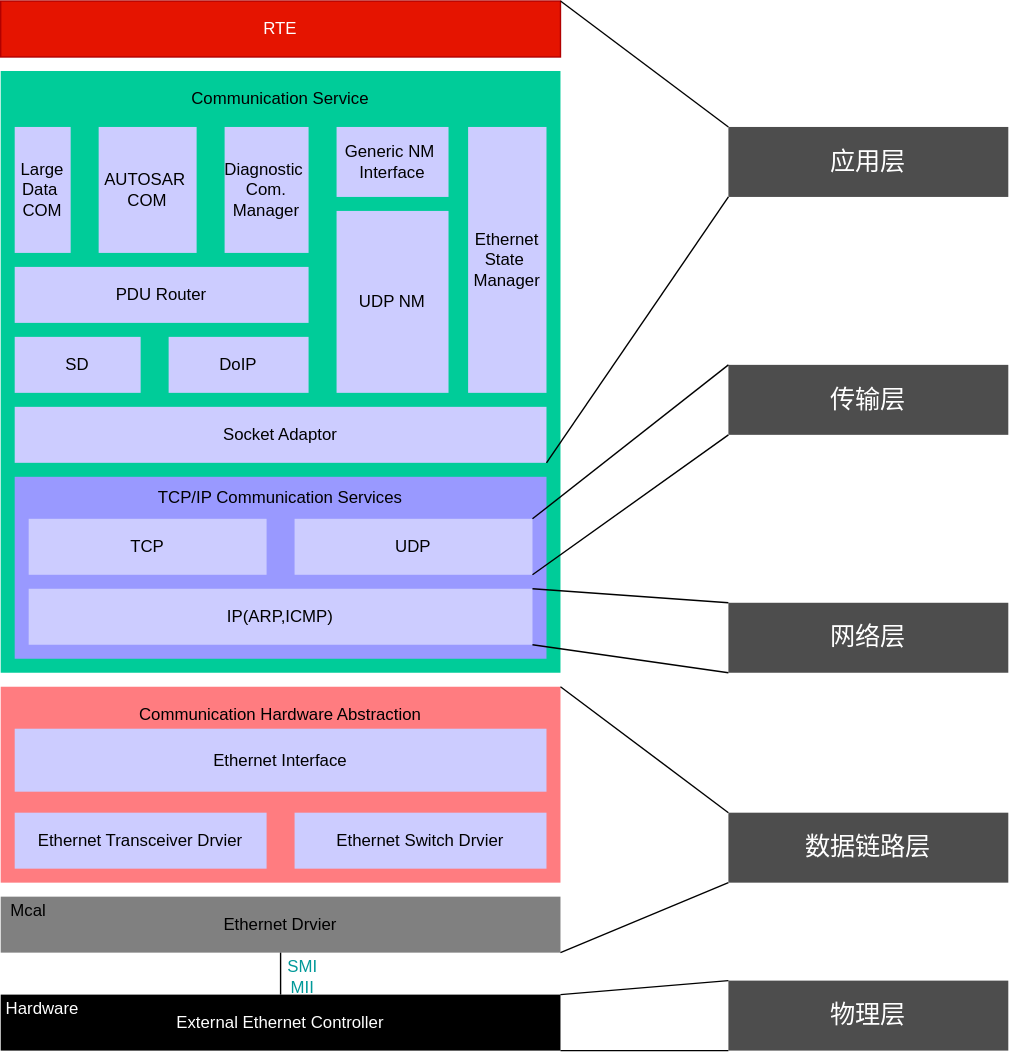
Above: docs/ETH/layer.svg in hanojiang/BlogCP (draw.io), before the change. Source tidied: cells renumbered, new cells last; positions are measured from the earlier drawing's top-left corner, leaving out a move shared by most shapes. The source it was exported from:
```xml
<mxGraphModel>
  <root>
    <mxCell id="0" />
    <mxCell id="1" parent="0" />
    <mxCell id="2" style="group;" parent="1" vertex="1">
      <mxGeometry width="400" height="750" as="geometry" />
    </mxCell>
    <mxCell id="3" style="rounded=0;whiteSpace=wrap;html=1;fillColor=#FF7C80;strokeColor=none;" parent="2" vertex="1">
      <mxGeometry y="490" width="400" height="140" as="geometry" />
    </mxCell>
    <mxCell id="4" value="&lt;span&gt;&lt;font color=&quot;#000000&quot;&gt;Ethernet Drvier&lt;/font&gt;&lt;/span&gt;" style="rounded=0;whiteSpace=wrap;html=1;fontColor=#ffffff;fillColor=#808080;strokeColor=none;" parent="2" vertex="1">
      <mxGeometry y="640" width="400" height="40" as="geometry" />
    </mxCell>
    <mxCell id="5" value="&lt;font color=&quot;#000000&quot;&gt;Mcal&lt;/font&gt;" style="text;html=1;strokeColor=none;fillColor=none;align=center;verticalAlign=middle;whiteSpace=wrap;rounded=0;" parent="2" vertex="1">
      <mxGeometry y="640" width="40" height="20" as="geometry" />
    </mxCell>
    <mxCell id="6" value="&lt;font color=&quot;#ffffff&quot;&gt;External Ethernet Controller&lt;/font&gt;" style="rounded=0;whiteSpace=wrap;html=1;fillColor=#000000;strokeColor=none;" parent="2" vertex="1">
      <mxGeometry y="710" width="400" height="40" as="geometry" />
    </mxCell>
    <mxCell id="7" style="edgeStyle=orthogonalEdgeStyle;rounded=0;jettySize=auto;html=1;exitX=0.5;exitY=1;exitDx=0;exitDy=0;entryX=0.5;entryY=0;entryDx=0;entryDy=0;endArrow=none;endFill=0;" parent="2" edge="1" source="4" target="6">
      <mxGeometry relative="1" as="geometry" />
    </mxCell>
    <mxCell id="8" value="&lt;font color=&quot;#ffffff&quot;&gt;Hardware&lt;/font&gt;" style="text;html=1;strokeColor=none;fillColor=none;align=center;verticalAlign=middle;whiteSpace=wrap;rounded=0;" parent="2" vertex="1">
      <mxGeometry x="10" y="710" width="40" height="20" as="geometry" />
    </mxCell>
    <mxCell id="9" value="&lt;font color=&quot;#009999&quot;&gt;SMI MII&lt;/font&gt;" style="text;html=1;strokeColor=none;fillColor=none;align=center;verticalAlign=middle;whiteSpace=wrap;rounded=0;" parent="2" vertex="1">
      <mxGeometry x="196" y="687" width="40" height="20" as="geometry" />
    </mxCell>
    <mxCell id="10" style="rounded=0;whiteSpace=wrap;html=1;fillColor=#00CC99;strokeColor=none;" parent="2" vertex="1">
      <mxGeometry y="50" width="400" height="430" as="geometry" />
    </mxCell>
    <mxCell id="11" value="Communication Hardware Abstraction" style="text;html=1;strokeColor=none;fillColor=none;align=center;verticalAlign=middle;whiteSpace=wrap;rounded=0;fontColor=#000000;" parent="2" vertex="1">
      <mxGeometry x="85" y="500" width="230" height="20" as="geometry" />
    </mxCell>
    <mxCell id="12" value="Communication Service" style="text;html=1;strokeColor=none;fillColor=none;align=center;verticalAlign=middle;whiteSpace=wrap;rounded=0;" parent="2" vertex="1">
      <mxGeometry x="115" y="60" width="170" height="20" as="geometry" />
    </mxCell>
    <mxCell id="13" style="rounded=0;whiteSpace=wrap;html=1;fillColor=#9999FF;strokeColor=none;" parent="2" vertex="1">
      <mxGeometry x="10" y="340" width="380" height="130" as="geometry" />
    </mxCell>
    <mxCell id="14" value="Socket Adaptor" style="rounded=0;whiteSpace=wrap;html=1;fillColor=#CCCCFF;fontColor=#000000;strokeColor=none;" parent="2" vertex="1">
      <mxGeometry x="10" y="290" width="380" height="40" as="geometry" />
    </mxCell>
    <mxCell id="15" value="PDU Router" style="rounded=0;whiteSpace=wrap;html=1;fillColor=#CCCCFF;fontColor=#000000;strokeColor=none;" parent="2" vertex="1">
      <mxGeometry x="10" y="190" width="210" height="40" as="geometry" />
    </mxCell>
    <mxCell id="16" value="&lt;div&gt;Large Data&amp;nbsp;&lt;/div&gt;&lt;div&gt;COM&lt;/div&gt;" style="rounded=0;whiteSpace=wrap;html=1;fillColor=#CCCCFF;fontColor=#000000;strokeColor=none;" parent="2" vertex="1">
      <mxGeometry x="10" y="90" width="40" height="90" as="geometry" />
    </mxCell>
    <mxCell id="17" value="&lt;div&gt;AUTOSAR&amp;nbsp;&lt;/div&gt;&lt;div&gt;COM&lt;/div&gt;" style="rounded=0;whiteSpace=wrap;html=1;fillColor=#CCCCFF;fontColor=#000000;strokeColor=none;" parent="2" vertex="1">
      <mxGeometry x="70" y="90" width="70" height="90" as="geometry" />
    </mxCell>
    <mxCell id="18" value="&lt;div&gt;Diagnostic&amp;nbsp;&lt;/div&gt;&lt;div&gt;Com. Manager&lt;/div&gt;" style="rounded=0;whiteSpace=wrap;html=1;fillColor=#CCCCFF;fontColor=#000000;strokeColor=none;" parent="2" vertex="1">
      <mxGeometry x="160" y="90" width="60" height="90" as="geometry" />
    </mxCell>
    <mxCell id="19" value="&lt;div&gt;Generic NM&amp;nbsp;&lt;/div&gt;&lt;div&gt;Interface&lt;/div&gt;" style="rounded=0;whiteSpace=wrap;html=1;fillColor=#CCCCFF;fontColor=#000000;strokeColor=none;" parent="2" vertex="1">
      <mxGeometry x="240" y="90" width="80" height="50" as="geometry" />
    </mxCell>
    <mxCell id="20" value="&lt;div&gt;Ethernet&lt;/div&gt;&lt;div&gt;State&amp;nbsp;&lt;/div&gt;&lt;div&gt;Manager&lt;/div&gt;" style="rounded=0;whiteSpace=wrap;html=1;fillColor=#CCCCFF;fontColor=#000000;strokeColor=none;" parent="2" vertex="1">
      <mxGeometry x="334" y="90" width="56" height="190" as="geometry" />
    </mxCell>
    <mxCell id="21" value="SD" style="rounded=0;whiteSpace=wrap;html=1;fillColor=#CCCCFF;fontColor=#000000;strokeColor=none;" parent="2" vertex="1">
      <mxGeometry x="10" y="240" width="90" height="40" as="geometry" />
    </mxCell>
    <mxCell id="22" value="DoIP" style="rounded=0;whiteSpace=wrap;html=1;fillColor=#CCCCFF;fontColor=#000000;strokeColor=none;" parent="2" vertex="1">
      <mxGeometry x="120" y="240" width="100" height="40" as="geometry" />
    </mxCell>
    <mxCell id="23" value="&lt;span&gt;UDP NM&lt;/span&gt;" style="rounded=0;whiteSpace=wrap;html=1;fillColor=#CCCCFF;fontColor=#000000;strokeColor=none;" parent="2" vertex="1">
      <mxGeometry x="240" y="150" width="80" height="130" as="geometry" />
    </mxCell>
    <mxCell id="24" value="RTE" style="rounded=0;whiteSpace=wrap;html=1;fillColor=#e51400;strokeColor=#B20000;fontColor=#ffffff;" parent="2" vertex="1">
      <mxGeometry width="400" height="40" as="geometry" />
    </mxCell>
    <mxCell id="25" value="Ethernet Switch Drvier" style="rounded=0;whiteSpace=wrap;html=1;fillColor=#CCCCFF;fontColor=#000000;strokeColor=none;" parent="2" vertex="1">
      <mxGeometry x="210" y="580" width="180" height="40" as="geometry" />
    </mxCell>
    <mxCell id="26" value="&lt;span&gt;Ethernet Transceiver Drvier&lt;/span&gt;" style="rounded=0;whiteSpace=wrap;html=1;fillColor=#CCCCFF;fontColor=#000000;strokeColor=none;" parent="2" vertex="1">
      <mxGeometry x="10" y="580" width="180" height="40" as="geometry" />
    </mxCell>
    <mxCell id="27" value="&lt;span&gt;Ethernet Interface&lt;/span&gt;" style="rounded=0;whiteSpace=wrap;html=1;fillColor=#CCCCFF;fontColor=#000000;strokeColor=none;" parent="2" vertex="1">
      <mxGeometry x="10" y="520" width="380" height="45" as="geometry" />
    </mxCell>
    <mxCell id="28" value="IP(ARP,ICMP)" style="rounded=0;whiteSpace=wrap;html=1;fillColor=#CCCCFF;fontColor=#000000;strokeColor=none;" parent="2" vertex="1">
      <mxGeometry x="20" y="420" width="360" height="40" as="geometry" />
    </mxCell>
    <mxCell id="29" value="TCP" style="rounded=0;whiteSpace=wrap;html=1;fillColor=#CCCCFF;fontColor=#000000;strokeColor=none;" parent="2" vertex="1">
      <mxGeometry x="20" y="370" width="170" height="40" as="geometry" />
    </mxCell>
    <mxCell id="30" value="UDP" style="rounded=0;whiteSpace=wrap;html=1;fillColor=#CCCCFF;fontColor=#000000;strokeColor=none;" parent="2" vertex="1">
      <mxGeometry x="210" y="370" width="170" height="40" as="geometry" />
    </mxCell>
    <mxCell id="31" value="&lt;br&gt;&lt;br&gt;&lt;span style=&quot;font-family: &amp;#34;helvetica&amp;#34;&quot;&gt;TCP/IP Communication Services&lt;/span&gt;" style="text;html=1;strokeColor=none;fillColor=none;align=center;verticalAlign=middle;whiteSpace=wrap;rounded=0;fontColor=#000000;" parent="2" vertex="1">
      <mxGeometry x="105" y="330" width="190" height="20" as="geometry" />
    </mxCell>
    <mxCell id="32" value="&lt;font style=&quot;font-size: 18px&quot;&gt;应用层&lt;/font&gt;" style="rounded=0;whiteSpace=wrap;html=1;fillColor=#4D4D4D;strokeColor=none;fontColor=#FFFFFF;" parent="1" vertex="1">
      <mxGeometry x="520" y="90" width="200" height="50" as="geometry" />
    </mxCell>
    <mxCell id="33" value="传输层" style="rounded=0;whiteSpace=wrap;html=1;fontSize=18;fillColor=#4D4D4D;strokeColor=none;fontColor=#FFFFFF;" parent="1" vertex="1">
      <mxGeometry x="520" y="260" width="200" height="50" as="geometry" />
    </mxCell>
    <mxCell id="34" value="网络层" style="rounded=0;whiteSpace=wrap;html=1;fontSize=18;fillColor=#4D4D4D;strokeColor=none;fontColor=#FFFFFF;" parent="1" vertex="1">
      <mxGeometry x="520" y="430" width="200" height="50" as="geometry" />
    </mxCell>
    <mxCell id="35" value="数据链路层" style="rounded=0;whiteSpace=wrap;html=1;fontSize=18;fillColor=#4D4D4D;strokeColor=none;fontColor=#FFFFFF;" parent="1" vertex="1">
      <mxGeometry x="520" y="580" width="200" height="50" as="geometry" />
    </mxCell>
    <mxCell id="36" value="物理层" style="rounded=0;whiteSpace=wrap;html=1;fontSize=18;strokeColor=none;fillColor=#4D4D4D;fontColor=#FFFFFF;" parent="1" vertex="1">
      <mxGeometry x="520" y="700" width="200" height="50" as="geometry" />
    </mxCell>
    <mxCell id="37" style="endArrow=none;html=1;fontSize=18;entryX=0;entryY=0;entryDx=0;entryDy=0;exitX=1;exitY=0;exitDx=0;exitDy=0;strokeColor=#000000;" parent="1" edge="1" source="24" target="32">
      <mxGeometry relative="1" as="geometry" />
    </mxCell>
    <mxCell id="38" style="endArrow=none;html=1;fontSize=18;entryX=0;entryY=1;entryDx=0;entryDy=0;exitX=1;exitY=1;exitDx=0;exitDy=0;strokeColor=#000000;" parent="1" edge="1" source="14" target="32">
      <mxGeometry relative="1" as="geometry" />
    </mxCell>
    <mxCell id="39" style="endArrow=none;html=1;fontSize=18;entryX=0;entryY=0;entryDx=0;entryDy=0;exitX=1;exitY=0;exitDx=0;exitDy=0;strokeColor=#000000;" parent="1" edge="1" source="30" target="33">
      <mxGeometry relative="1" as="geometry" />
    </mxCell>
    <mxCell id="40" style="endArrow=none;html=1;fontSize=18;exitX=0;exitY=1;exitDx=0;exitDy=0;entryX=1;entryY=1;entryDx=0;entryDy=0;strokeColor=#000000;" parent="1" edge="1" source="33" target="30">
      <mxGeometry relative="1" as="geometry" />
    </mxCell>
    <mxCell id="41" style="endArrow=none;html=1;fontSize=18;exitX=1;exitY=0;exitDx=0;exitDy=0;entryX=0;entryY=0;entryDx=0;entryDy=0;strokeColor=#000000;" parent="1" edge="1" source="28" target="34">
      <mxGeometry relative="1" as="geometry" />
    </mxCell>
    <mxCell id="42" style="endArrow=none;html=1;fontSize=18;entryX=0;entryY=1;entryDx=0;entryDy=0;exitX=1;exitY=1;exitDx=0;exitDy=0;strokeColor=#000000;" parent="1" edge="1" source="28" target="34">
      <mxGeometry relative="1" as="geometry" />
    </mxCell>
    <mxCell id="43" style="endArrow=none;html=1;fontSize=18;exitX=1;exitY=0;exitDx=0;exitDy=0;entryX=0;entryY=0;entryDx=0;entryDy=0;strokeColor=#000000;" parent="1" edge="1" source="3" target="35">
      <mxGeometry relative="1" as="geometry" />
    </mxCell>
    <mxCell id="44" style="endArrow=none;html=1;fontSize=18;exitX=1;exitY=1;exitDx=0;exitDy=0;entryX=0;entryY=1;entryDx=0;entryDy=0;strokeColor=#000000;" parent="1" edge="1" source="4" target="35">
      <mxGeometry relative="1" as="geometry" />
    </mxCell>
    <mxCell id="45" style="endArrow=none;html=1;fontSize=18;exitX=1;exitY=1;exitDx=0;exitDy=0;entryX=0;entryY=1;entryDx=0;entryDy=0;strokeColor=#000000;" parent="1" edge="1" source="6" target="36">
      <mxGeometry relative="1" as="geometry" />
    </mxCell>
    <mxCell id="46" style="endArrow=none;html=1;fontSize=18;exitX=1;exitY=0;exitDx=0;exitDy=0;entryX=0;entryY=0;entryDx=0;entryDy=0;strokeColor=#000000;" parent="1" edge="1" source="6" target="36">
      <mxGeometry relative="1" as="geometry" />
    </mxCell>
  </root>
</mxGraphModel>
```
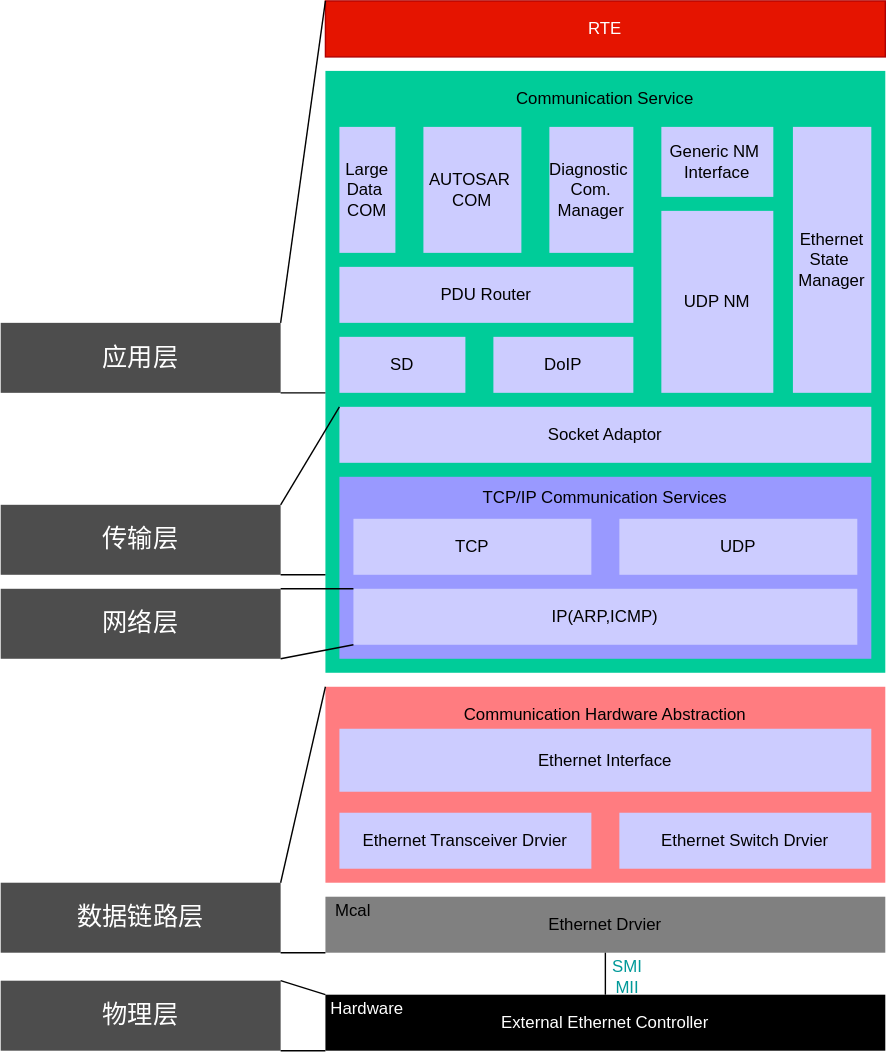
The same file after the commit.

What changed in the source:
```diff
@@ -93,49 +93,55 @@
       <mxGeometry x="105" y="330" width="190" height="20" as="geometry" />
     </mxCell>
     <mxCell id="32" value="&lt;font style=&quot;font-size: 18px&quot;&gt;应用层&lt;/font&gt;" style="rounded=0;whiteSpace=wrap;html=1;fillColor=#4D4D4D;strokeColor=none;fontColor=#FFFFFF;" parent="1" vertex="1">
-      <mxGeometry x="520" y="90" width="200" height="50" as="geometry" />
+      <mxGeometry x="-232" y="230" width="200" height="50" as="geometry" />
     </mxCell>
     <mxCell id="33" value="传输层" style="rounded=0;whiteSpace=wrap;html=1;fontSize=18;fillColor=#4D4D4D;strokeColor=none;fontColor=#FFFFFF;" parent="1" vertex="1">
-      <mxGeometry x="520" y="260" width="200" height="50" as="geometry" />
+      <mxGeometry x="-232" y="360" width="200" height="50" as="geometry" />
     </mxCell>
     <mxCell id="34" value="网络层" style="rounded=0;whiteSpace=wrap;html=1;fontSize=18;fillColor=#4D4D4D;strokeColor=none;fontColor=#FFFFFF;" parent="1" vertex="1">
-      <mxGeometry x="520" y="430" width="200" height="50" as="geometry" />
+      <mxGeometry x="-232" y="420" width="200" height="50" as="geometry" />
     </mxCell>
     <mxCell id="35" value="数据链路层" style="rounded=0;whiteSpace=wrap;html=1;fontSize=18;fillColor=#4D4D4D;strokeColor=none;fontColor=#FFFFFF;" parent="1" vertex="1">
-      <mxGeometry x="520" y="580" width="200" height="50" as="geometry" />
+      <mxGeometry x="-232" y="630" width="200" height="50" as="geometry" />
     </mxCell>
     <mxCell id="36" value="物理层" style="rounded=0;whiteSpace=wrap;html=1;fontSize=18;strokeColor=none;fillColor=#4D4D4D;fontColor=#FFFFFF;" parent="1" vertex="1">
-      <mxGeometry x="520" y="700" width="200" height="50" as="geometry" />
+      <mxGeometry x="-232" y="700" width="200" height="50" as="geometry" />
     </mxCell>
-    <mxCell id="37" style="endArrow=none;html=1;fontSize=18;entryX=0;entryY=0;entryDx=0;entryDy=0;exitX=1;exitY=0;exitDx=0;exitDy=0;strokeColor=#000000;" parent="1" edge="1" source="24" target="32">
+    <mxCell id="37" style="endArrow=none;html=1;fontSize=18;entryX=1;entryY=0;entryDx=0;entryDy=0;exitX=0;exitY=0;exitDx=0;exitDy=0;strokeColor=#000000;" parent="1" edge="1" source="24" target="32">
       <mxGeometry relative="1" as="geometry" />
     </mxCell>
-    <mxCell id="38" style="endArrow=none;html=1;fontSize=18;entryX=0;entryY=1;entryDx=0;entryDy=0;exitX=1;exitY=1;exitDx=0;exitDy=0;strokeColor=#000000;" parent="1" edge="1" source="14" target="32">
-      <mxGeometry relative="1" as="geometry" />
-    </mxCell>
-    <mxCell id="39" style="endArrow=none;html=1;fontSize=18;entryX=0;entryY=0;entryDx=0;entryDy=0;exitX=1;exitY=0;exitDx=0;exitDy=0;strokeColor=#000000;" parent="1" edge="1" source="30" target="33">
+    <mxCell id="39" style="endArrow=none;html=1;fontSize=18;entryX=1;entryY=0;entryDx=0;entryDy=0;exitX=0;exitY=0;exitDx=0;exitDy=0;strokeColor=#000000;" parent="1" edge="1" source="14" target="33">
       <mxGeometry relative="1" as="geometry" />
     </mxCell>
-    <mxCell id="40" style="endArrow=none;html=1;fontSize=18;exitX=0;exitY=1;exitDx=0;exitDy=0;entryX=1;entryY=1;entryDx=0;entryDy=0;strokeColor=#000000;" parent="1" edge="1" source="33" target="30">
-      <mxGeometry relative="1" as="geometry" />
-    </mxCell>
-    <mxCell id="41" style="endArrow=none;html=1;fontSize=18;exitX=1;exitY=0;exitDx=0;exitDy=0;entryX=0;entryY=0;entryDx=0;entryDy=0;strokeColor=#000000;" parent="1" edge="1" source="28" target="34">
+    <mxCell id="41" style="endArrow=none;html=1;fontSize=18;exitX=0;exitY=0;exitDx=0;exitDy=0;entryX=1;entryY=0;entryDx=0;entryDy=0;strokeColor=#000000;" parent="1" edge="1" source="28" target="34">
       <mxGeometry relative="1" as="geometry" />
     </mxCell>
-    <mxCell id="42" style="endArrow=none;html=1;fontSize=18;entryX=0;entryY=1;entryDx=0;entryDy=0;exitX=1;exitY=1;exitDx=0;exitDy=0;strokeColor=#000000;" parent="1" edge="1" source="28" target="34">
-      <mxGeometry relative="1" as="geometry" />
-    </mxCell>
-    <mxCell id="43" style="endArrow=none;html=1;fontSize=18;exitX=1;exitY=0;exitDx=0;exitDy=0;entryX=0;entryY=0;entryDx=0;entryDy=0;strokeColor=#000000;" parent="1" edge="1" source="3" target="35">
+    <mxCell id="43" style="endArrow=none;html=1;fontSize=18;exitX=0;exitY=0;exitDx=0;exitDy=0;entryX=1;entryY=0;entryDx=0;entryDy=0;strokeColor=#000000;" parent="1" edge="1" source="3" target="35">
       <mxGeometry relative="1" as="geometry" />
     </mxCell>
-    <mxCell id="44" style="endArrow=none;html=1;fontSize=18;exitX=1;exitY=1;exitDx=0;exitDy=0;entryX=0;entryY=1;entryDx=0;entryDy=0;strokeColor=#000000;" parent="1" edge="1" source="4" target="35">
-      <mxGeometry relative="1" as="geometry" />
-    </mxCell>
-    <mxCell id="45" style="endArrow=none;html=1;fontSize=18;exitX=1;exitY=1;exitDx=0;exitDy=0;entryX=0;entryY=1;entryDx=0;entryDy=0;strokeColor=#000000;" parent="1" edge="1" source="6" target="36">
+    <mxCell id="45" style="endArrow=none;html=1;fontSize=18;entryX=1;entryY=1;entryDx=0;entryDy=0;strokeColor=#000000;exitX=0;exitY=1;exitDx=0;exitDy=0;" parent="1" edge="1" source="6" target="36">
       <mxGeometry relative="1" as="geometry" />
     </mxCell>
-    <mxCell id="46" style="endArrow=none;html=1;fontSize=18;exitX=1;exitY=0;exitDx=0;exitDy=0;entryX=0;entryY=0;entryDx=0;entryDy=0;strokeColor=#000000;" parent="1" edge="1" source="6" target="36">
+    <mxCell id="46" style="endArrow=none;html=1;fontSize=18;exitX=0;exitY=0;exitDx=0;exitDy=0;entryX=1;entryY=0;entryDx=0;entryDy=0;strokeColor=#000000;" parent="1" edge="1" source="6" target="36">
       <mxGeometry relative="1" as="geometry" />
     </mxCell>
+    <mxCell id="44" style="endArrow=none;html=1;fontSize=18;entryX=1;entryY=1;entryDx=0;entryDy=0;strokeColor=#000000;exitX=0;exitY=1;exitDx=0;exitDy=0;" parent="1" edge="1" source="4" target="35">
+      <mxGeometry relative="1" as="geometry" />
+    </mxCell>
+    <mxCell id="42" style="endArrow=none;html=1;fontSize=18;entryX=1;entryY=1;entryDx=0;entryDy=0;strokeColor=#000000;exitX=0;exitY=1;exitDx=0;exitDy=0;" parent="1" edge="1" source="28" target="34">
+      <mxGeometry relative="1" as="geometry" />
+    </mxCell>
+    <mxCell id="47" style="endArrow=none;html=1;fontSize=18;entryX=1;entryY=1;entryDx=0;entryDy=0;strokeColor=#000000;exitX=0;exitY=1;exitDx=0;exitDy=0;" parent="1" edge="1">
+      <mxGeometry relative="1" as="geometry">
+        <mxPoint y="410" as="sourcePoint" />
+        <mxPoint x="-32" y="410" as="targetPoint" />
+      </mxGeometry>
+    </mxCell>
+    <mxCell id="48" style="endArrow=none;html=1;fontSize=18;entryX=1;entryY=1;entryDx=0;entryDy=0;strokeColor=#000000;exitX=0;exitY=1;exitDx=0;exitDy=0;" parent="1" edge="1">
+      <mxGeometry relative="1" as="geometry">
+        <mxPoint y="280" as="sourcePoint" />
+        <mxPoint x="-32" y="280" as="targetPoint" />
+      </mxGeometry>
+    </mxCell>
   </root>
 </mxGraphModel>
```
